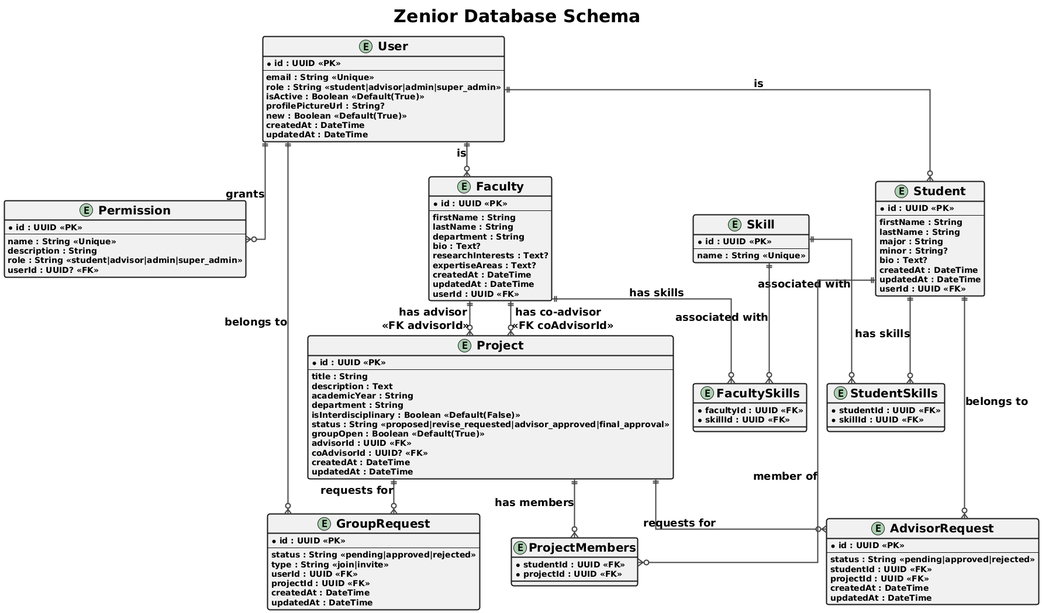
Above: diagrams/images/schemaupdate/schemaupdate.png in CSEN-SCU/csen-174-f24-project-zenior (PlantUML), before the change.
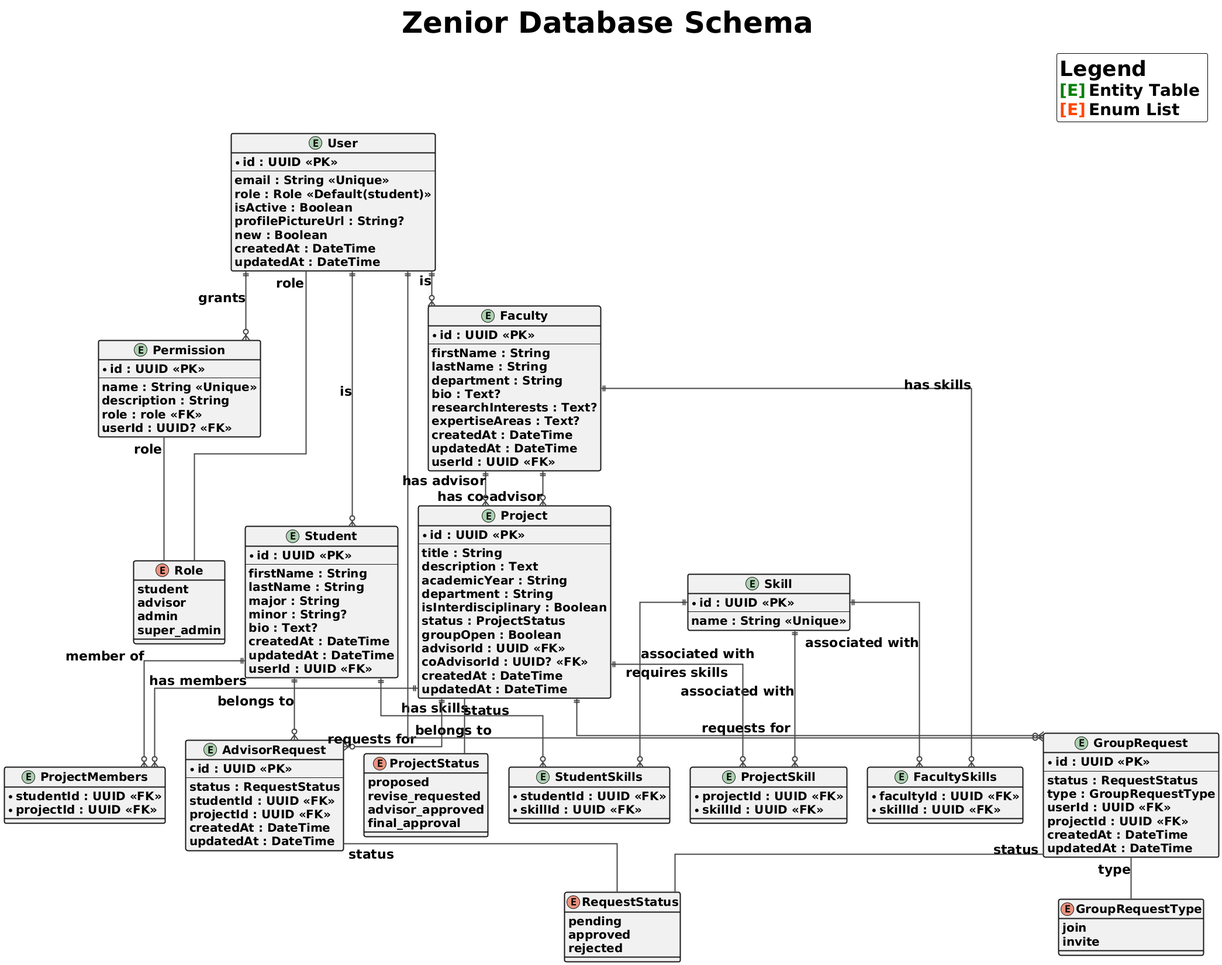
After the change.

Change to the diagram source:
```diff
@@ -1,28 +1,57 @@
 @startuml
 !theme vibrant
-skinparam titleFontSize 30
-skinparam classAttributeFontSize 14
-skinparam classFontSize 20
-skinparam ArrowFontSize 18
+skinparam titleFontSize 50
+skinparam ArrowFontSize 22
 skinparam ArrowFontStyle bold
-skinparam ArrowThickness 2
-skinparam ArrowSize 2
-skinparam linetype ortho
-skinparam classBorderThickness 2
-skinparam classHeaderFontSize 20
+skinparam classFontSize 22
+skinparam classAttributeFontSize 20
 skinparam classHeaderFontStyle bold
 skinparam classAttributeFontStyle bold
+skinparam classBorderThickness 2
+skinparam ArrowThickness 2
+skinparam linetype ortho
 title Zenior Database Schema
 
+
+legend top right
+  <font size=36><b>Legend</b></font>
+  <b><font size=28 color=green>[E]</font> <font size=28>Entity Table</font></b>
+  <b><font size=28 color=orangered>[E]</font> <font size=28>Enum List</font></b>
+endlegend
+
+enum Role {
+  student
+  advisor
+  admin
+  super_admin
+}
+
+enum ProjectStatus {
+  proposed
+  revise_requested
+  advisor_approved
+  final_approval
+}
+
+enum RequestStatus {
+  pending
+  approved
+  rejected
+}
+
+enum GroupRequestType {
+  join
+  invite
+}
 
 entity User {
   * id : UUID <<PK>>
   --
   email : String <<Unique>>
-  role : String <<student|advisor|admin|super_admin>>
-  isActive : Boolean <<Default(True)>>
+  role : Role <<Default(student)>>
+  isActive : Boolean
   profilePictureUrl : String?
-  new : Boolean <<Default(True)>>
+  new : Boolean
   createdAt : DateTime
   updatedAt : DateTime
 }
@@ -61,9 +90,9 @@
   description : Text
   academicYear : String
   department : String
-  isInterdisciplinary : Boolean <<Default(False)>>
-  status : String <<proposed|revise_requested|advisor_approved|final_approval>>
-  groupOpen : Boolean <<Default(True)>>
+  isInterdisciplinary : Boolean
+  status : ProjectStatus
+  groupOpen : Boolean
   advisorId : UUID <<FK>>
   coAdvisorId : UUID? <<FK>>
   createdAt : DateTime
@@ -76,19 +105,24 @@
   name : String <<Unique>>
 }
 
+entity ProjectSkill {
+  * projectId : UUID <<FK>>
+  * skillId : UUID <<FK>>
+}
+
 entity Permission {
   * id : UUID <<PK>>
   --
   name : String <<Unique>>
   description : String
-  role : String <<student|advisor|admin|super_admin>>
+  role : role <<FK>>
   userId : UUID? <<FK>>
 }
 
 entity AdvisorRequest {
   * id : UUID <<PK>>
   --
-  status : String <<pending|approved|rejected>>
+  status : RequestStatus
   studentId : UUID <<FK>>
   projectId : UUID <<FK>>
   createdAt : DateTime
@@ -98,8 +132,8 @@
 entity GroupRequest {
   * id : UUID <<PK>>
   --
-  status : String <<pending|approved|rejected>>
-  type : String <<join|invite>>
+  status : RequestStatus
+  type : GroupRequestType
   userId : UUID <<FK>>
   projectId : UUID <<FK>>
   createdAt : DateTime
@@ -124,11 +158,16 @@
 User ||--o{ Student : "is"
 User ||--o{ Faculty : "is"
 User ||--o{ Permission : "grants"
+User "role" -- "Role"
+Permission "role" -- "Role"
 
 Skill ||--o{ StudentSkills : "associated with"
 Student ||--o{ StudentSkills : "has skills"
 Skill ||--o{ FacultySkills : "associated with"
 Faculty ||--o{ FacultySkills : "has skills"
+
+Skill ||--o{ ProjectSkill : "associated with"
+Project ||--o{ ProjectSkill : "requires skills"
 
 Student ||--o{ ProjectMembers : "member of"
 Project ||--o{ ProjectMembers : "has members"
@@ -136,9 +175,14 @@
 Student ||--o{ AdvisorRequest : "belongs to"
 Project ||--o{ AdvisorRequest : "requests for"
 
+Project "status" -- "ProjectStatus"
+AdvisorRequest "status" -- "RequestStatus"
+GroupRequest "status" -- "RequestStatus"
+GroupRequest "type" -- "GroupRequestType"
+
 User ||--o{ GroupRequest : "belongs to"
 Project ||--o{ GroupRequest : "requests for"
 
-Faculty ||--o{ Project : "has advisor" <<FK advisorId>>
-Faculty ||--o{ Project : "has co-advisor" <<FK coAdvisorId>>
+Faculty ||--o{ Project : "has advisor"
+Faculty ||--o{ Project : "has co-advisor"
 @enduml
```
